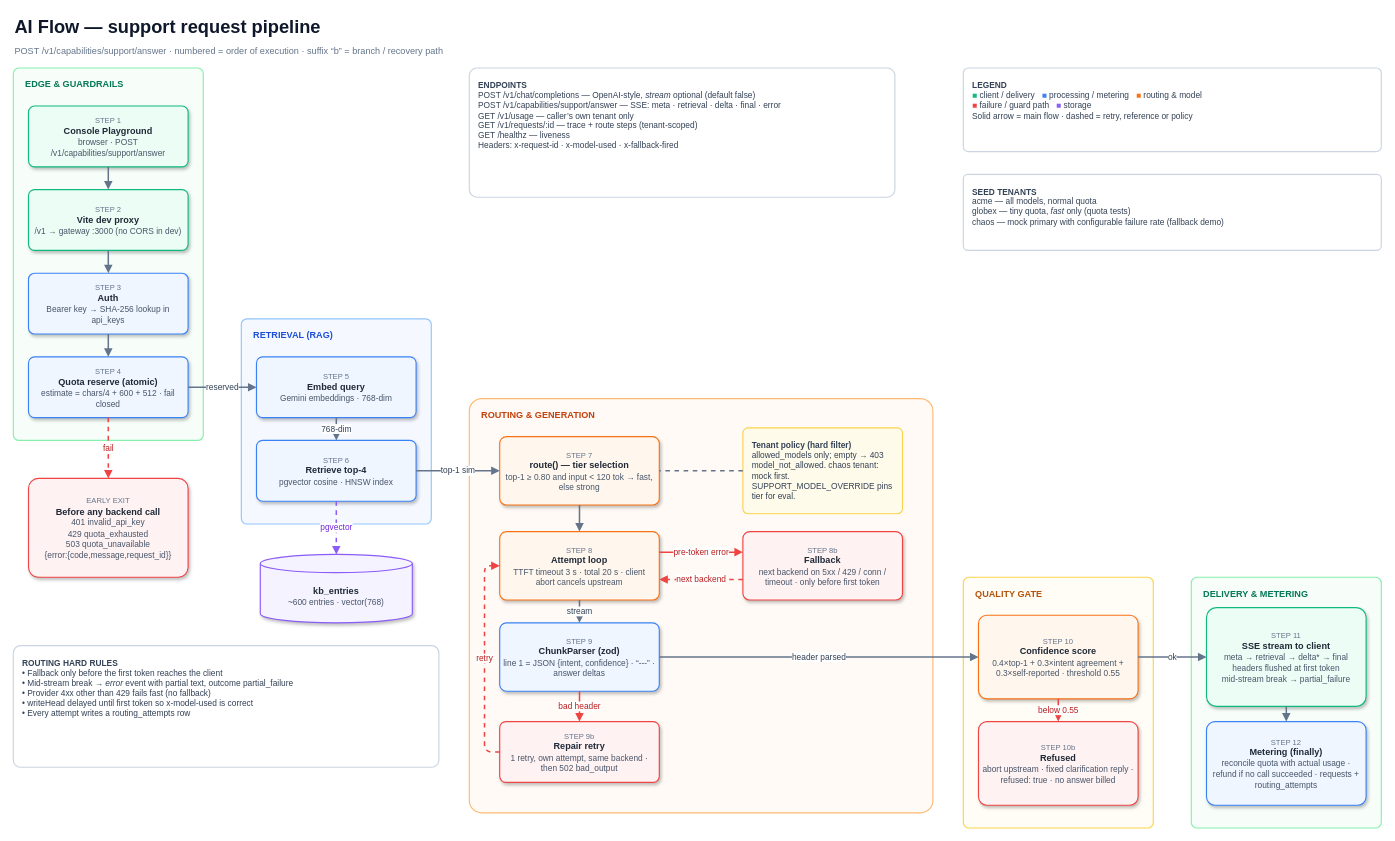
The draw.io diagram page "1 - AI Flow" (1 of 3) of docs/architecture.drawio in KhoirH/llm-gateway-monorepo, before the edit. Source tidied: cells renumbered, new cells numbered last; positions are measured from the earlier drawing's top-left corner, leaving out a move shared by most shapes. Both pictures are drawn from the tidied source at 76%, with x=0, y=0 at pixel (13, 13).
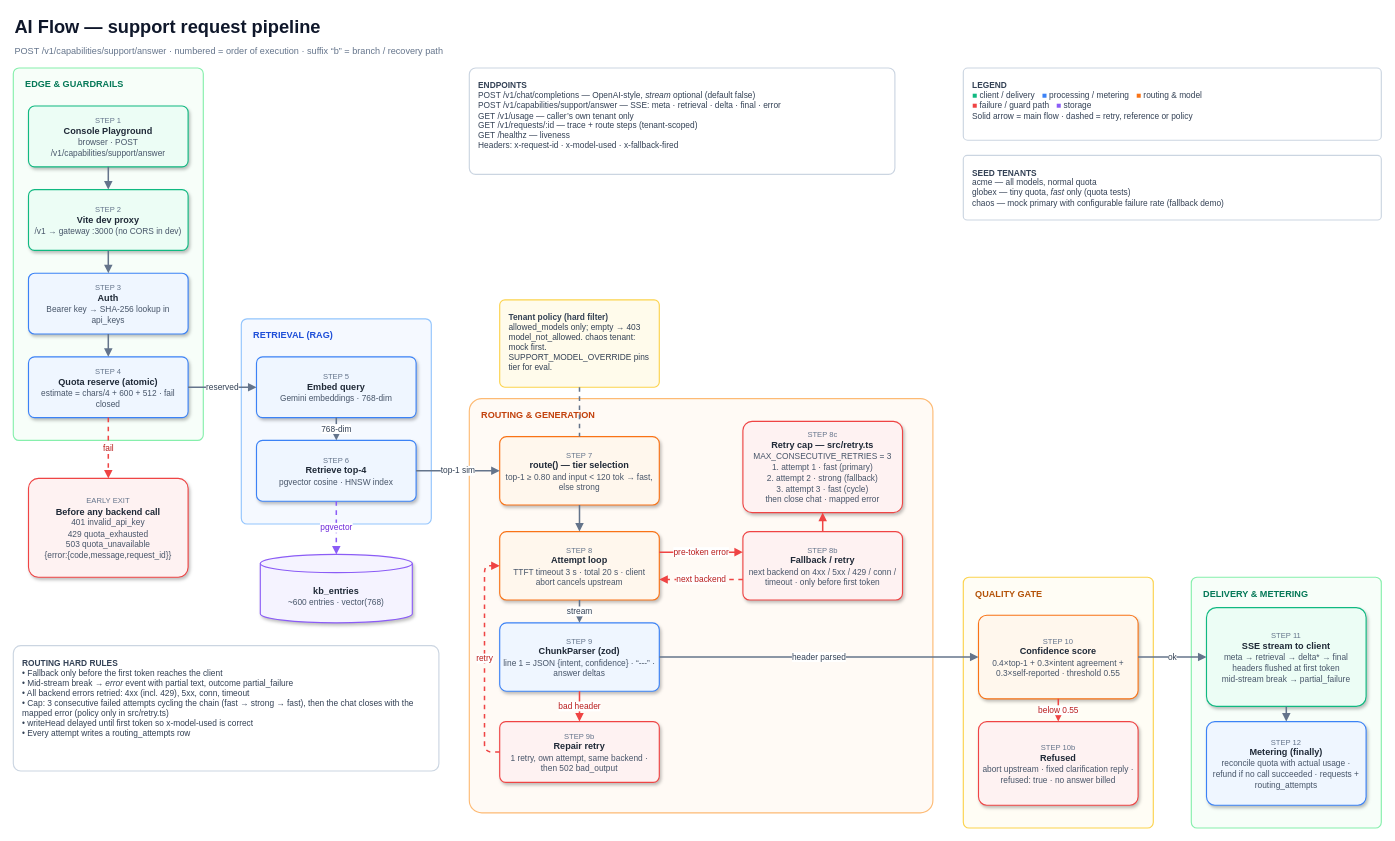
The same diagram, later.

Unchanged cells that the change refers to:
```xml
<mxCell id="17" value="&lt;font style='font-size:10px' color='#64748b'&gt;STEP 7&lt;/font&gt;&lt;br&gt;&lt;b&gt;route() — tier selection&lt;/b&gt;&lt;br&gt;&lt;font style='font-size:11px' color='#475569'&gt;top-1 ≥ 0.80 and input &amp;lt; 120 tok → fast, else strong&lt;/font&gt;" style="rounded=1;arcSize=10;whiteSpace=wrap;html=1;strokeWidth=1.5;fontFamily=Helvetica;fontSize=12;fontColor=#1f2937;shadow=1;spacing=6;fillColor=#fff7ed;strokeColor=#f97316;" parent="1" vertex="1">
  <mxGeometry x="640" y="557" width="210" height="90" as="geometry" />
</mxCell>
```

What changed in the source:
```diff
@@
     <mxCell id="18" value="&lt;b&gt;Tenant policy (hard filter)&lt;/b&gt;&lt;br&gt;allowed_models only; empty → 403 model_not_allowed. chaos tenant: mock first. SUPPORT_MODEL_OVERRIDE pins tier for eval." style="rounded=1;arcSize=6;whiteSpace=wrap;html=1;fillColor=#fffbeb;strokeColor=#fcd34d;strokeWidth=1.5;align=left;verticalAlign=top;spacing=12;fontSize=11;fontColor=#334155;fontFamily=Helvetica;" parent="1" vertex="1">
-      <mxGeometry x="960" y="545.5" width="210" height="113" as="geometry" />
+      <mxGeometry x="640" y="377" width="210" height="115" as="geometry" />
     </mxCell>
+    <mxCell id="50" value="&lt;font style='font-size:10px' color='#64748b'&gt;STEP 8c&lt;/font&gt;&lt;br&gt;&lt;b&gt;Retry cap — src/retry.ts&lt;/b&gt;&lt;br&gt;&lt;font style='font-size:11px' color='#475569'&gt;MAX_CONSECUTIVE_RETRIES = 3&lt;br&gt;1. attempt 1 · fast (primary)&lt;br&gt;2. attempt 2 · strong (fallback)&lt;br&gt;3. attempt 3 · fast (cycle)&lt;br&gt;then close chat · mapped error&lt;/font&gt;" style="rounded=1;arcSize=10;whiteSpace=wrap;html=1;strokeWidth=1.5;fontFamily=Helvetica;fontSize=12;fontColor=#1f2937;shadow=1;spacing=6;fillColor=#fef2f2;strokeColor=#ef4444;" parent="1" vertex="1">
+      <mxGeometry x="960" y="537" width="210" height="120" as="geometry" />
+    </mxCell>
-    <mxCell id="19" value="&lt;font style=&quot;font-size: 10px;&quot; color=&quot;#64748b&quot;&gt;STEP 8&lt;/font&gt;&lt;br&gt;&lt;b&gt;Attempt loop&lt;/b&gt;&lt;br&gt;&lt;font style=&quot;font-size: 11px;&quot; color=&quot;#475569&quot;&gt;TTFT timeout 3 s · total 20 s · client abort cancels upstream&lt;/font&gt;" style="rounded=1;arcSize=10;whiteSpace=wrap;html=1;strokeWidth=1.5;fontFamily=Helvetica;fontSize=12;fontColor=#1f2937;shadow=1;spacing=6;fillColor=#fff7ed;strokeColor=#f97316;" parent="1" vertex="1">
+    <mxCell id="19" value="&lt;font style='font-size:10px' color='#64748b'&gt;STEP 8&lt;/font&gt;&lt;br&gt;&lt;b&gt;Attempt loop&lt;/b&gt;&lt;br&gt;&lt;font style='font-size:11px' color='#475569'&gt;TTFT timeout 3 s · total 20 s · client abort cancels upstream&lt;/font&gt;" style="rounded=1;arcSize=10;whiteSpace=wrap;html=1;strokeWidth=1.5;fontFamily=Helvetica;fontSize=12;fontColor=#1f2937;shadow=1;spacing=6;fillColor=#fff7ed;strokeColor=#f97316;" parent="1" vertex="1">
       <mxGeometry x="640" y="682" width="210" height="90" as="geometry" />
     </mxCell>
-    <mxCell id="20" value="&lt;font style='font-size:10px' color='#64748b'&gt;STEP 8b&lt;/font&gt;&lt;br&gt;&lt;b&gt;Fallback&lt;/b&gt;&lt;br&gt;&lt;font style='font-size:11px' color='#475569'&gt;next backend on 5xx / 429 / conn / timeout · only before first token&lt;/font&gt;" style="rounded=1;arcSize=10;whiteSpace=wrap;html=1;strokeWidth=1.5;fontFamily=Helvetica;fontSize=12;fontColor=#1f2937;shadow=1;spacing=6;fillColor=#fef2f2;strokeColor=#ef4444;" parent="1" vertex="1">
+    <mxCell id="20" value="&lt;font style='font-size:10px' color='#64748b'&gt;STEP 8b&lt;/font&gt;&lt;br&gt;&lt;b&gt;Fallback / retry&lt;/b&gt;&lt;br&gt;&lt;font style='font-size:11px' color='#475569'&gt;next backend on 4xx / 5xx / 429 / conn / timeout · only before first token&lt;/font&gt;" style="rounded=1;arcSize=10;whiteSpace=wrap;html=1;strokeWidth=1.5;fontFamily=Helvetica;fontSize=12;fontColor=#1f2937;shadow=1;spacing=6;fillColor=#fef2f2;strokeColor=#ef4444;" parent="1" vertex="1">
       <mxGeometry x="960" y="682" width="210" height="90" as="geometry" />
     </mxCell>
@@
     <mxCell id="27" value="&lt;b&gt;ENDPOINTS&lt;/b&gt;&lt;br&gt;POST /v1/chat/completions — OpenAI-style, &lt;i&gt;stream&lt;/i&gt; optional (default false)&lt;br&gt;POST /v1/capabilities/support/answer — SSE: meta · retrieval · delta · final · error&lt;br&gt;GET /v1/usage — caller’s own tenant only&lt;br&gt;GET /v1/requests/:id — trace + route steps (tenant-scoped)&lt;br&gt;GET /healthz — liveness&lt;br&gt;Headers: x-request-id · x-model-used · x-fallback-fired" style="rounded=1;arcSize=6;whiteSpace=wrap;html=1;fillColor=#ffffff;strokeColor=#cbd5e1;strokeWidth=1.5;align=left;verticalAlign=top;spacing=12;fontSize=11;fontColor=#334155;fontFamily=Helvetica;" parent="1" vertex="1">
-      <mxGeometry x="600" y="72" width="560" height="170" as="geometry" />
+      <mxGeometry x="600" y="72" width="560" height="140" as="geometry" />
     </mxCell>
     <mxCell id="28" value="&lt;b&gt;LEGEND&lt;/b&gt;&lt;br&gt;&lt;font color=&quot;#10b981&quot;&gt;■&lt;/font&gt; client / delivery &amp;nbsp; &lt;font color=&quot;#3b82f6&quot;&gt;■&lt;/font&gt; processing / metering &amp;nbsp; &lt;font color=&quot;#f97316&quot;&gt;■&lt;/font&gt; routing &amp;amp; model&lt;br&gt;&lt;font color=&quot;#ef4444&quot;&gt;■&lt;/font&gt; failure / guard path &amp;nbsp; &lt;font color=&quot;#8b5cf6&quot;&gt;■&lt;/font&gt; storage&lt;br&gt;Solid arrow = main flow · dashed = retry, reference or policy" style="rounded=1;arcSize=6;whiteSpace=wrap;html=1;fillColor=#ffffff;strokeColor=#cbd5e1;strokeWidth=1.5;align=left;verticalAlign=top;spacing=12;fontSize=11;fontColor=#334155;fontFamily=Helvetica;" parent="1" vertex="1">
-      <mxGeometry x="1250" y="72" width="550" height="110" as="geometry" />
+      <mxGeometry x="1250" y="72" width="550" height="95" as="geometry" />
     </mxCell>
     <mxCell id="29" value="&lt;b&gt;SEED TENANTS&lt;/b&gt;&lt;br&gt;acme — all models, normal quota&lt;br&gt;globex — tiny quota, &lt;i&gt;fast&lt;/i&gt; only (quota tests)&lt;br&gt;chaos — mock primary with configurable failure rate (fallback demo)" style="rounded=1;arcSize=6;whiteSpace=wrap;html=1;fillColor=#ffffff;strokeColor=#cbd5e1;strokeWidth=1.5;align=left;verticalAlign=top;spacing=12;fontSize=11;fontColor=#334155;fontFamily=Helvetica;" parent="1" vertex="1">
-      <mxGeometry x="1250" y="212" width="550" height="100" as="geometry" />
+      <mxGeometry x="1250" y="187" width="550" height="85" as="geometry" />
     </mxCell>
-    <mxCell id="30" value="&lt;b&gt;ROUTING HARD RULES&lt;/b&gt;&lt;br&gt;• Fallback only before the first token reaches the client&lt;br&gt;• Mid-stream break → &lt;i&gt;error&lt;/i&gt; event with partial text, outcome partial_failure&lt;br&gt;• Provider 4xx other than 429 fails fast (no fallback)&lt;br&gt;• writeHead delayed until first token so x-model-used is correct&lt;br&gt;• Every attempt writes a routing_attempts row" style="rounded=1;arcSize=6;whiteSpace=wrap;html=1;fillColor=#ffffff;strokeColor=#cbd5e1;strokeWidth=1.5;align=left;verticalAlign=top;spacing=12;fontSize=11;fontColor=#334155;fontFamily=Helvetica;" parent="1" vertex="1">
-      <mxGeometry y="832" width="560" height="160" as="geometry" />
+    <mxCell id="30" value="&lt;b&gt;ROUTING HARD RULES&lt;/b&gt;&lt;br&gt;• Fallback only before the first token reaches the client&lt;br&gt;• Mid-stream break → &lt;i&gt;error&lt;/i&gt; event with partial text, outcome partial_failure&lt;br&gt;• All backend errors retried: 4xx (incl. 429), 5xx, conn, timeout&lt;br&gt;• Cap: 3 consecutive failed attempts cycling the chain (fast → strong → fast), then the chat closes with the mapped error (policy only in src/retry.ts)&lt;br&gt;• writeHead delayed until first token so x-model-used is correct&lt;br&gt;• Every attempt writes a routing_attempts row" style="rounded=1;arcSize=6;whiteSpace=wrap;html=1;fillColor=#ffffff;strokeColor=#cbd5e1;strokeWidth=1.5;align=left;verticalAlign=top;spacing=12;fontSize=11;fontColor=#334155;fontFamily=Helvetica;" parent="1" vertex="1">
+      <mxGeometry y="832" width="560" height="165" as="geometry" />
     </mxCell>
@@
-    <mxCell id="49" style="edgeStyle=orthogonalEdgeStyle;rounded=1;jettySize=auto;html=1;strokeWidth=2;endArrow=block;endFill=1;fontSize=11;fontFamily=Helvetica;labelBackgroundColor=#ffffff;strokeColor=#64748b;fontColor=#334155;dashed=1;exitX=0;exitY=0.5;entryX=1;entryY=0.5;endArrow=none;" parent="1" edge="1" source="18" target="17">
+    <mxCell id="49" style="edgeStyle=orthogonalEdgeStyle;rounded=1;jettySize=auto;html=1;strokeWidth=2;endArrow=block;endFill=1;fontSize=11;fontFamily=Helvetica;labelBackgroundColor=#ffffff;strokeColor=#64748b;fontColor=#334155;dashed=1;exitX=0.5;exitY=1;entryX=0.5;entryY=0;endArrow=none;" parent="1" edge="1" source="18" target="17">
       <mxGeometry relative="1" as="geometry" />
     </mxCell>
+    <mxCell id="51" style="edgeStyle=orthogonalEdgeStyle;rounded=1;jettySize=auto;html=1;strokeWidth=2;endArrow=block;endFill=1;fontSize=11;fontFamily=Helvetica;labelBackgroundColor=#ffffff;strokeColor=#ef4444;fontColor=#b91c1c;exitX=0.5;exitY=0;entryX=0.5;entryY=1;" parent="1" edge="1" source="20" target="50">
+      <mxGeometry relative="1" as="geometry" />
+    </mxCell>
```
